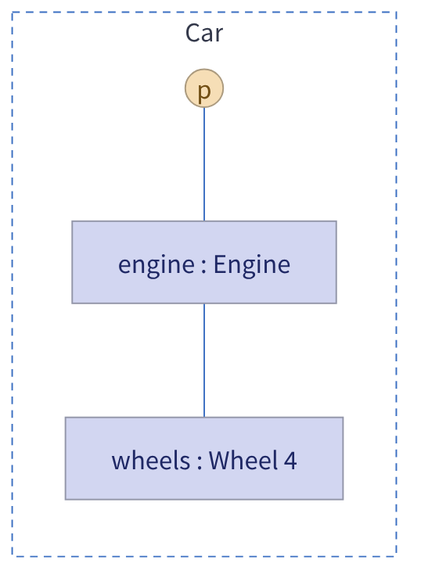
This is docs/assets/composite.png from huang-hee/diagram-kit, a Mermaid export, as it was before one commit. Its source is kept beside it as docs/assets/composite.mmd.
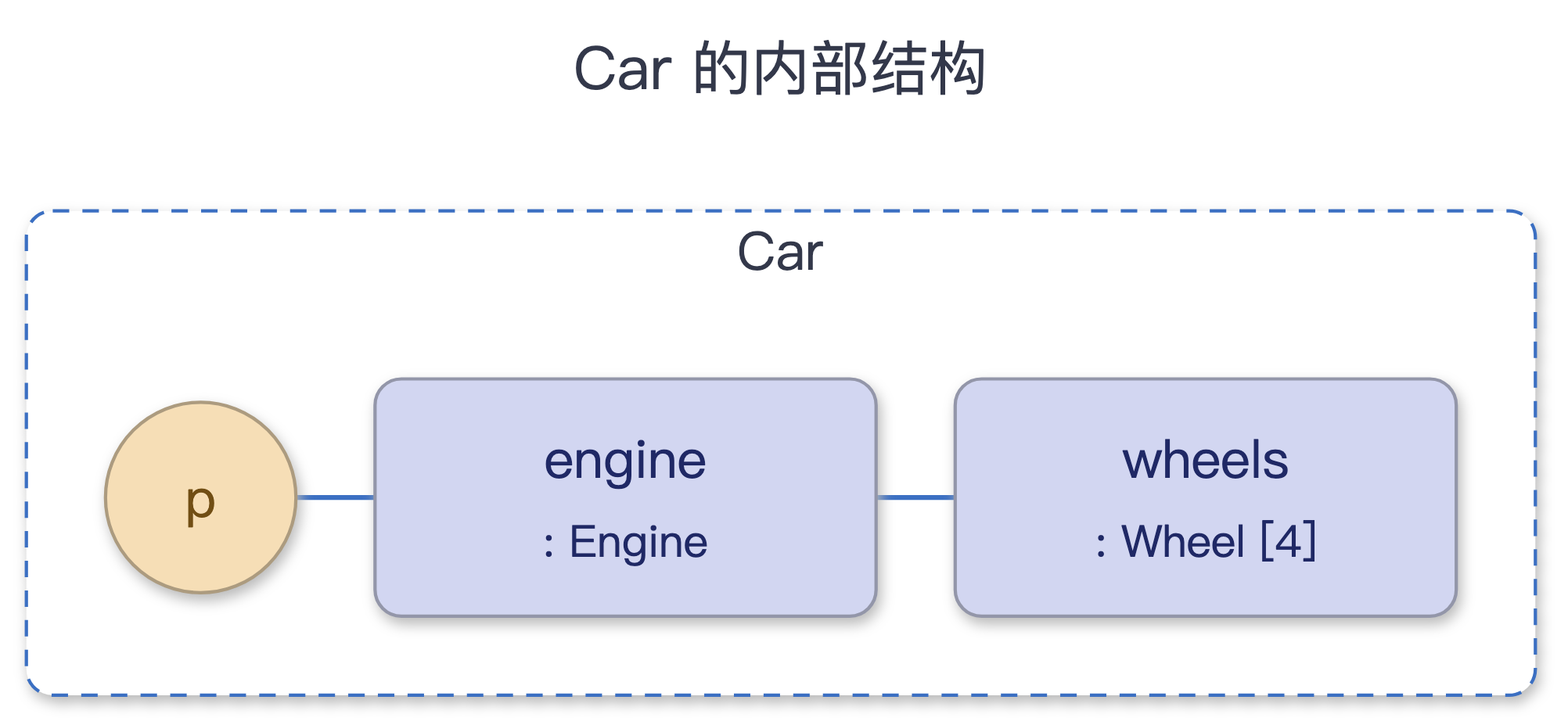
After the commit.

What changed in the source:
```diff
@@ -1,7 +1,14 @@
 ---
+title: "Car 的内部结构"
 config:
   theme: base
   fontFamily: "PingFang SC, Microsoft YaHei, Noto Sans CJK SC, Source Han Sans SC, sans-serif"
+  flowchart:
+    curve: "step"
+    nodeSpacing: 50
+    rankSpacing: 60
+    padding: 12
+    wrappingWidth: 300
   themeVariables:
     background: "#FFFFFF"
     primaryColor: "#FFFFFF"
@@ -22,13 +29,14 @@
 ---
 flowchart LR
   subgraph CAR[Car]
-    E[engine : Engine]:::part
-    W[wheels : Wheel 4]:::part
+    E["engine<br><small>: Engine</small>"]:::part
+    W["wheels<br><small>: Wheel [4]</small>"]:::part
     P1((p)):::port
   end
   E --- W
   P1 --- E
   class CAR frame
-classDef frame fill:#FFFFFF,stroke:#3B6FC2,color:#33384A,stroke-dasharray:5 4
-classDef part fill:#D2D6F1,stroke:#9396A9,color:#1F2865
-classDef port fill:#F6DEB6,stroke:#AC9B7F,color:#714E14
+classDef frame fill:#FFFFFF,stroke:#3B6FC2,color:#33384A,stroke-dasharray:5 4,rx:8,ry:8
+classDef part fill:#D2D6F1,stroke:#9396A9,color:#1F2865,rx:8,ry:8
+classDef port fill:#F6DEB6,stroke:#AC9B7F,color:#714E14,rx:8,ry:8
+linkStyle default stroke-width:1.5px
```
